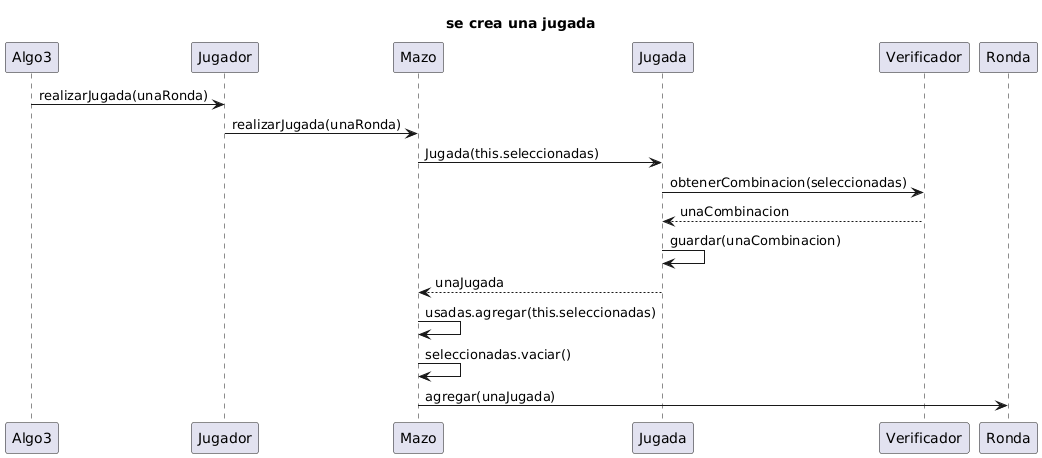
Before: diagrams/sequences/DS-crearJugada.png, a diagram exported from PlantUML (Sotelo27/TP2-Balatro-Grupo-08).
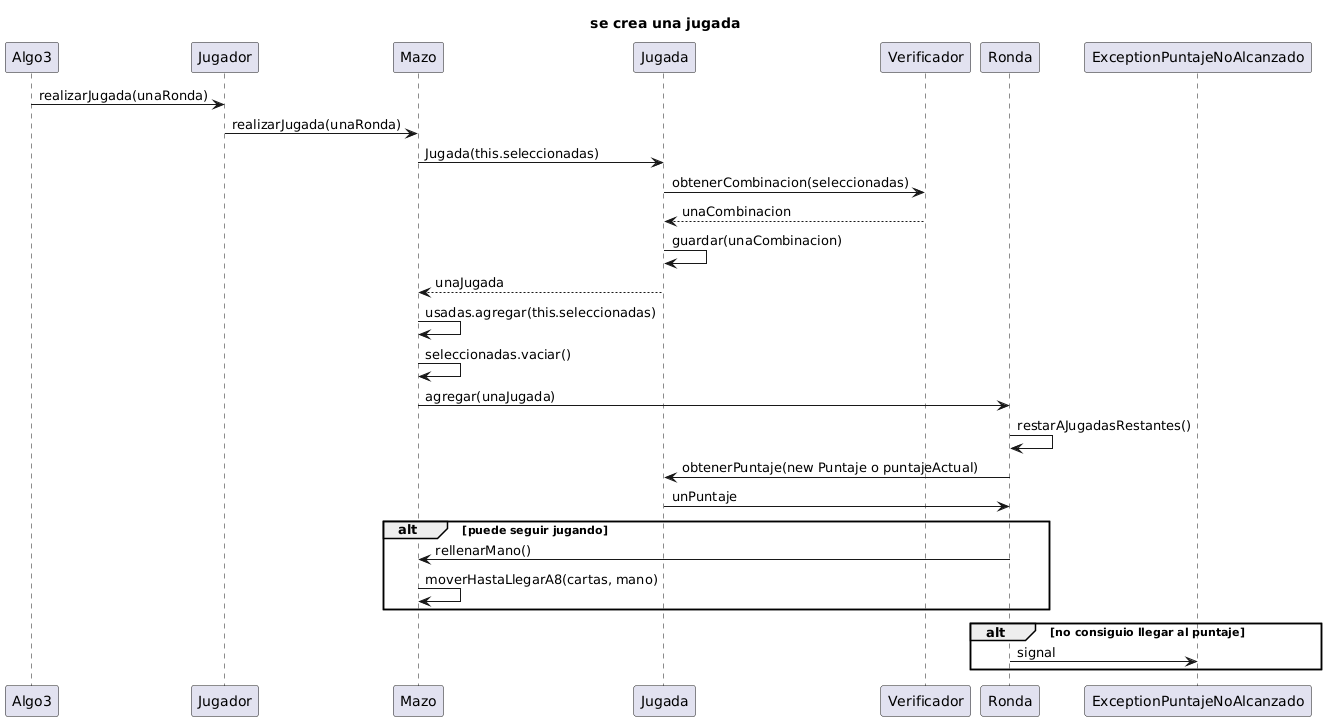
The same file after the commit.

The edit, as a diff of the source:
```diff
@@ -11,4 +11,16 @@
 Mazo ->  Mazo: usadas.agregar(this.seleccionadas)
 Mazo -> Mazo : seleccionadas.vaciar()
 Mazo -> Ronda : agregar(unaJugada)
+Ronda -> Ronda : restarAJugadasRestantes()
+Ronda -> Jugada : obtenerPuntaje(new Puntaje o puntajeActual)
+Jugada -> Ronda : unPuntaje
+alt puede seguir jugando
+
+Ronda -> Mazo : rellenarMano()
+Mazo -> Mazo : moverHastaLlegarA8(cartas, mano)
+end alt
+alt no consiguio llegar al puntaje
+Ronda -> ExceptionPuntajeNoAlcanzado : signal
+
+end alt
 @enduml
```
